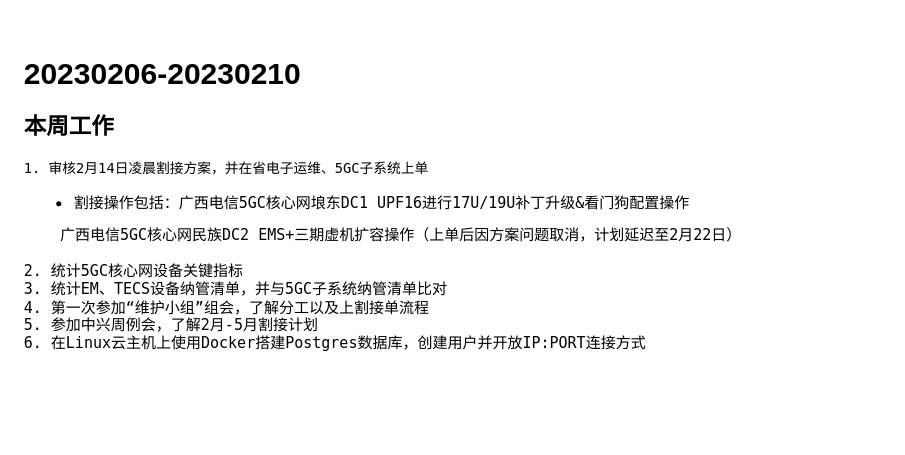
This is 2023周报.drawio from muyingluo1997/drawio, a draw.io file, before an edit. Source tidied: cells renumbered, new cells numbered last; positions are measured from the earlier drawing's top-left corner, leaving out a move shared by most shapes. Both pictures are drawn from the tidied source at 125%, with x=0, y=0 at pixel (21, 21).
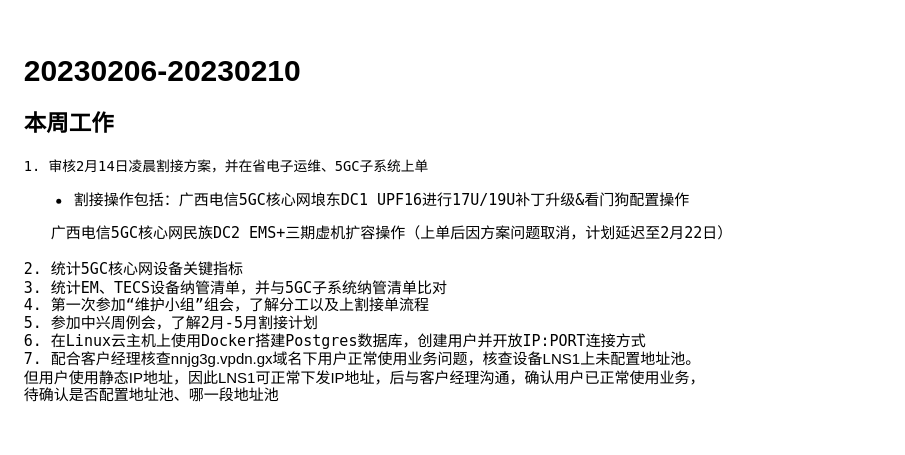
The same page after the edit.

The edit, as a diff of the source:
```diff
@@
 <mxGraphModel>
   <root>
     <mxCell id="0" />
     <mxCell id="1" parent="0" />
-    <mxCell id="2" value="&lt;h1 style=&quot;line-height: 120%;&quot;&gt;20230206-20230210&lt;/h1&gt;&lt;h2 style=&quot;line-height: 120%;&quot;&gt;&lt;font face=&quot;Lucida Console&quot;&gt;本周工作&lt;/font&gt;&lt;/h2&gt;&lt;div style=&quot;line-height: 120%;&quot;&gt;&lt;font style=&quot;font-size: 11px;&quot; face=&quot;Lucida Console&quot;&gt;1. 审核2月14日凌晨割接方案，并在省电子运维、5GC子系统上单&lt;/font&gt;&lt;/div&gt;&lt;div style=&quot;line-height: 120%;&quot;&gt;&lt;ul style=&quot;line-height: 120%;&quot;&gt;&lt;li&gt;&lt;font style=&quot;&quot; face=&quot;Lucida Console&quot;&gt;割接操作包括：广西电信5GC核心网埌东DC1 UPF16进行17U/19U补丁升级&amp;amp;看门狗配置操作&lt;/font&gt;&lt;/li&gt;&lt;/ul&gt;&lt;font face=&quot;Lucida Console&quot;&gt;&lt;span style=&quot;&quot;&gt; &lt;/span&gt;&lt;span style=&quot;&quot;&gt; &lt;/span&gt;&amp;nbsp;&lt;span style=&quot;white-space: pre;&quot;&gt; &lt;/span&gt;&lt;span style=&quot;white-space: pre;&quot;&gt; &lt;/span&gt;&amp;nbsp;广西电信5GC核心网民族DC2 EMS+三期虚机扩容操作（上单后因方案问题取消，计划延迟至2月22日）&lt;br&gt;&lt;/font&gt;&lt;div&gt;&lt;div&gt;&lt;div&gt;&lt;font face=&quot;Lucida Console&quot;&gt;&lt;br&gt;&lt;/font&gt;&lt;/div&gt;&lt;/div&gt;&lt;/div&gt;&lt;div&gt;&lt;font face=&quot;Lucida Console&quot;&gt;2. 统计5GC核心网设备关键指标&lt;/font&gt;&lt;/div&gt;&lt;div&gt;&lt;font face=&quot;Lucida Console&quot;&gt;3. 统计EM、TECS设备纳管清单，并与5GC子系统纳管清单比对&lt;/font&gt;&lt;/div&gt;&lt;div&gt;&lt;font face=&quot;Lucida Console&quot;&gt;4. 第一次参加“维护小组”组会，了解分工以及上割接单流程&lt;/font&gt;&lt;/div&gt;&lt;div&gt;&lt;font face=&quot;Lucida Console&quot;&gt;5. 参加中兴周例会，了解2月-5月割接计划&lt;/font&gt;&lt;/div&gt;&lt;div&gt;&lt;font face=&quot;Lucida Console&quot;&gt;6. 在Linux云主机上使用Docker搭建Postgres数据库，创建用户并开放IP:PORT连接方式&lt;/font&gt;&lt;/div&gt;&lt;div&gt;&lt;font face=&quot;Lucida Console&quot;&gt;&lt;br&gt;&lt;/font&gt;&lt;/div&gt;&lt;/div&gt;" style="text;html=1;align=left;verticalAlign=middle;strokeColor=none;fillColor=none;" parent="1" vertex="1">
-      <mxGeometry width="690" height="290" as="geometry" />
+    <mxCell id="2" value="&lt;h1 style=&quot;line-height: 120%;&quot;&gt;20230206-20230210&lt;/h1&gt;&lt;h2 style=&quot;line-height: 120%;&quot;&gt;&lt;font face=&quot;Lucida Console&quot;&gt;本周工作&lt;/font&gt;&lt;/h2&gt;&lt;div style=&quot;line-height: 120%;&quot;&gt;&lt;font style=&quot;font-size: 11px;&quot; face=&quot;Lucida Console&quot;&gt;1. 审核2月14日凌晨割接方案，并在省电子运维、5GC子系统上单&lt;/font&gt;&lt;/div&gt;&lt;div style=&quot;line-height: 120%;&quot;&gt;&lt;ul style=&quot;line-height: 120%;&quot;&gt;&lt;li&gt;&lt;font style=&quot;&quot; face=&quot;Lucida Console&quot;&gt;割接操作包括：广西电信5GC核心网埌东DC1 UPF16进行17U/19U补丁升级&amp;amp;看门狗配置操作&lt;/font&gt;&lt;/li&gt;&lt;/ul&gt;&lt;font face=&quot;Lucida Console&quot;&gt;&lt;span style=&quot;&quot;&gt; &lt;/span&gt;&lt;span style=&quot;&quot;&gt; &lt;/span&gt;&amp;nbsp;&lt;span style=&quot;&quot;&gt; &lt;/span&gt;&lt;span style=&quot;&quot;&gt; &lt;/span&gt;&amp;nbsp;广西电信5GC核心网民族DC2 EMS+三期虚机扩容操作（上单后因方案问题取消，计划延迟至2月22日）&lt;br&gt;&lt;/font&gt;&lt;div&gt;&lt;div&gt;&lt;div&gt;&lt;font face=&quot;Lucida Console&quot;&gt;&lt;br&gt;&lt;/font&gt;&lt;/div&gt;&lt;/div&gt;&lt;/div&gt;&lt;div&gt;&lt;font face=&quot;Lucida Console&quot;&gt;2. 统计5GC核心网设备关键指标&lt;/font&gt;&lt;/div&gt;&lt;div&gt;&lt;font face=&quot;Lucida Console&quot;&gt;3. 统计EM、TECS设备纳管清单，并与5GC子系统纳管清单比对&lt;/font&gt;&lt;/div&gt;&lt;div&gt;&lt;font face=&quot;Lucida Console&quot;&gt;4. 第一次参加“维护小组”组会，了解分工以及上割接单流程&lt;/font&gt;&lt;/div&gt;&lt;div&gt;&lt;font face=&quot;Lucida Console&quot;&gt;5. 参加中兴周例会，了解2月-5月割接计划&lt;/font&gt;&lt;/div&gt;&lt;div&gt;&lt;font face=&quot;Lucida Console&quot;&gt;6. 在Linux云主机上使用Docker搭建Postgres数据库，创建用户并开放IP:PORT连接方式&lt;/font&gt;&lt;/div&gt;&lt;div&gt;&lt;font face=&quot;Lucida Console&quot;&gt;7. 配合客户经理核查&lt;/font&gt;nnjg3g.vpdn.gx域名下用户正常使用业务问题，核查设备LNS1上未配置地址池。&lt;/div&gt;&lt;div&gt;但用户使用静态IP地址，因此LNS1可正常下发IP地址，后与客户经理沟通，确认用户已正常使用业务，&lt;/div&gt;&lt;div&gt;待确认是否配置地址池、哪一段地址池&lt;/div&gt;&lt;div&gt;&lt;font face=&quot;Lucida Console&quot;&gt;&lt;br&gt;&lt;/font&gt;&lt;/div&gt;&lt;/div&gt;" style="text;html=1;align=left;verticalAlign=middle;strokeColor=none;fillColor=none;" parent="1" vertex="1">
+      <mxGeometry width="590" height="330" as="geometry" />
     </mxCell>
   </root>
 </mxGraphModel>
```
